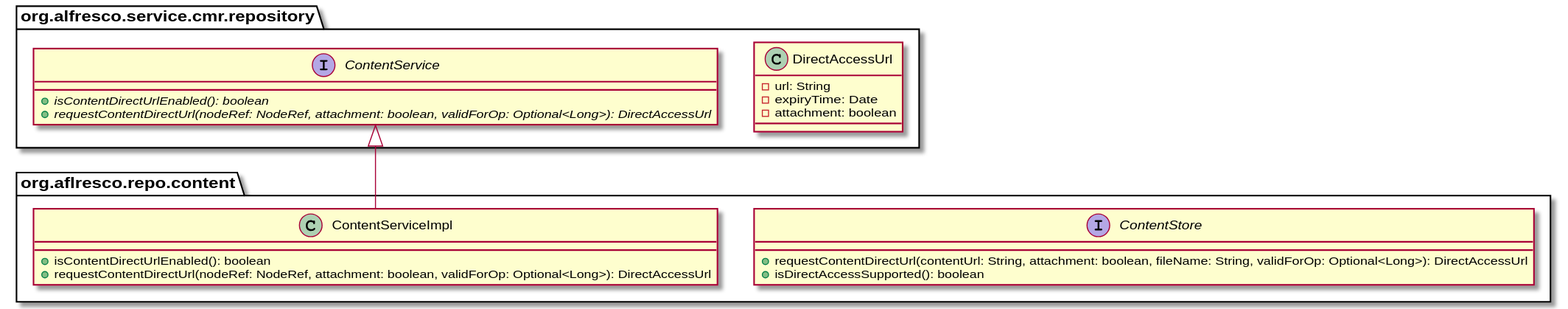
Above: docs/images/dau-design-doc-class-diagram-acs-1.svg in Alfresco/acs-packaging (PlantUML), before the change.
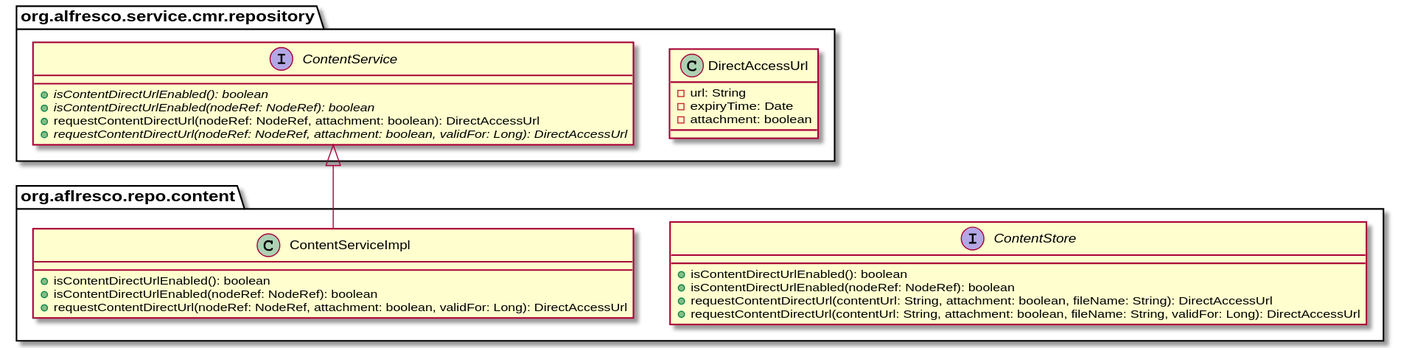
The same diagram one commit later.

Commit message:
ACS-595 Direct Access URLs design document [skip ci]

Change to the diagram source:
```diff
@@ -8,17 +8,22 @@
 
     interface ContentService {
         {abstract} +isContentDirectUrlEnabled(): boolean
-        {abstract} +requestContentDirectUrl(nodeRef: NodeRef, attachment: boolean, validForOp: Optional<Long>): DirectAccessUrl
+        {abstract} +isContentDirectUrlEnabled(nodeRef: NodeRef): boolean
+        +requestContentDirectUrl(nodeRef: NodeRef, attachment: boolean): DirectAccessUrl
+        {abstract} +requestContentDirectUrl(nodeRef: NodeRef, attachment: boolean, validFor: Long): DirectAccessUrl
     }
 }
 package org.aflresco.repo.content {
     class ContentServiceImpl {
         +isContentDirectUrlEnabled(): boolean
-        +requestContentDirectUrl(nodeRef: NodeRef, attachment: boolean, validForOp: Optional<Long>): DirectAccessUrl
+        +isContentDirectUrlEnabled(nodeRef: NodeRef): boolean
+        +requestContentDirectUrl(nodeRef: NodeRef, attachment: boolean, validFor: Long): DirectAccessUrl
     }
     interface ContentStore {
-        +requestContentDirectUrl(contentUrl: String, attachment: boolean, fileName: String, validForOp: Optional<Long>): DirectAccessUrl
-        +isDirectAccessSupported(): boolean
+        +isContentDirectUrlEnabled(): boolean
+        +isContentDirectUrlEnabled(nodeRef: NodeRef): boolean
+        +requestContentDirectUrl(contentUrl: String, attachment: boolean, fileName: String): DirectAccessUrl
+        +requestContentDirectUrl(contentUrl: String, attachment: boolean, fileName: String, validFor: Long): DirectAccessUrl
     }
 }
 ContentService <|-- ContentServiceImpl
```
